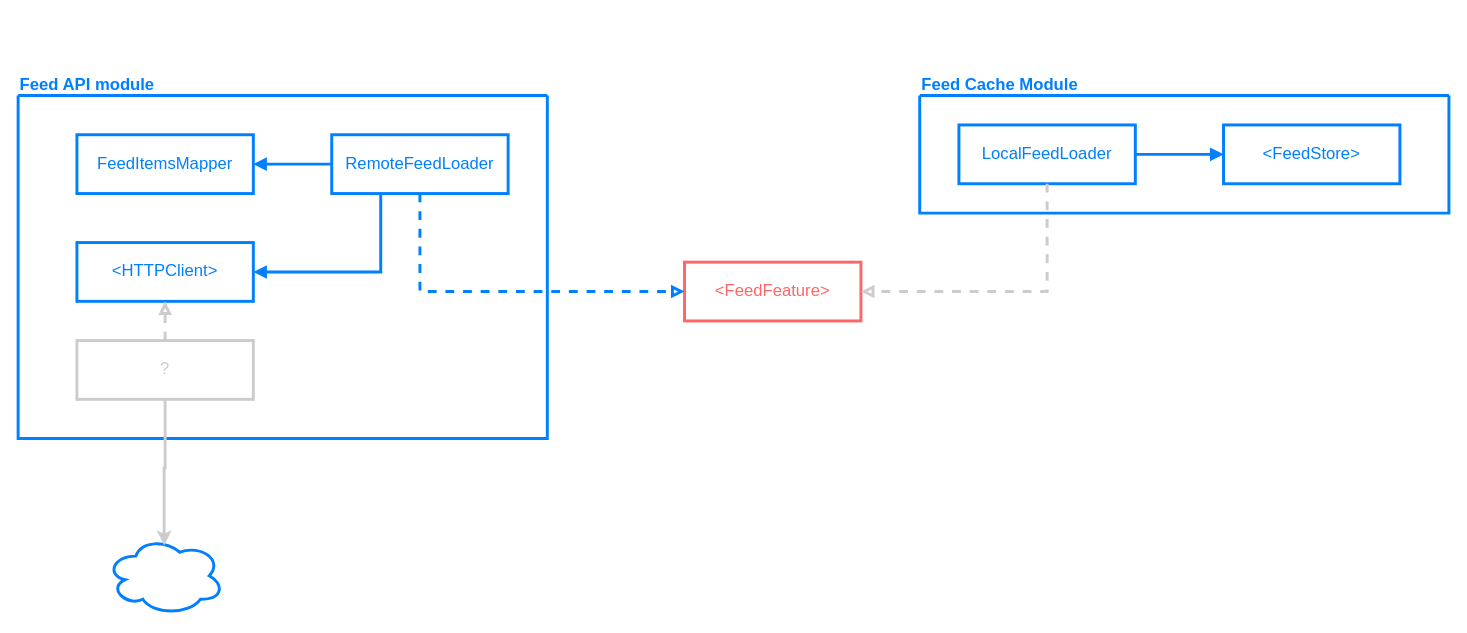
This is Architecture.drawio from Christophorus3/EssentialFeed, a draw.io file, before an edit. Source tidied: cells renumbered, new cells numbered last; positions are measured from the earlier drawing's top-left corner, leaving out a move shared by most shapes. Both pictures are drawn from the tidied source at 98%, with x=0, y=0 at pixel (18, 95).
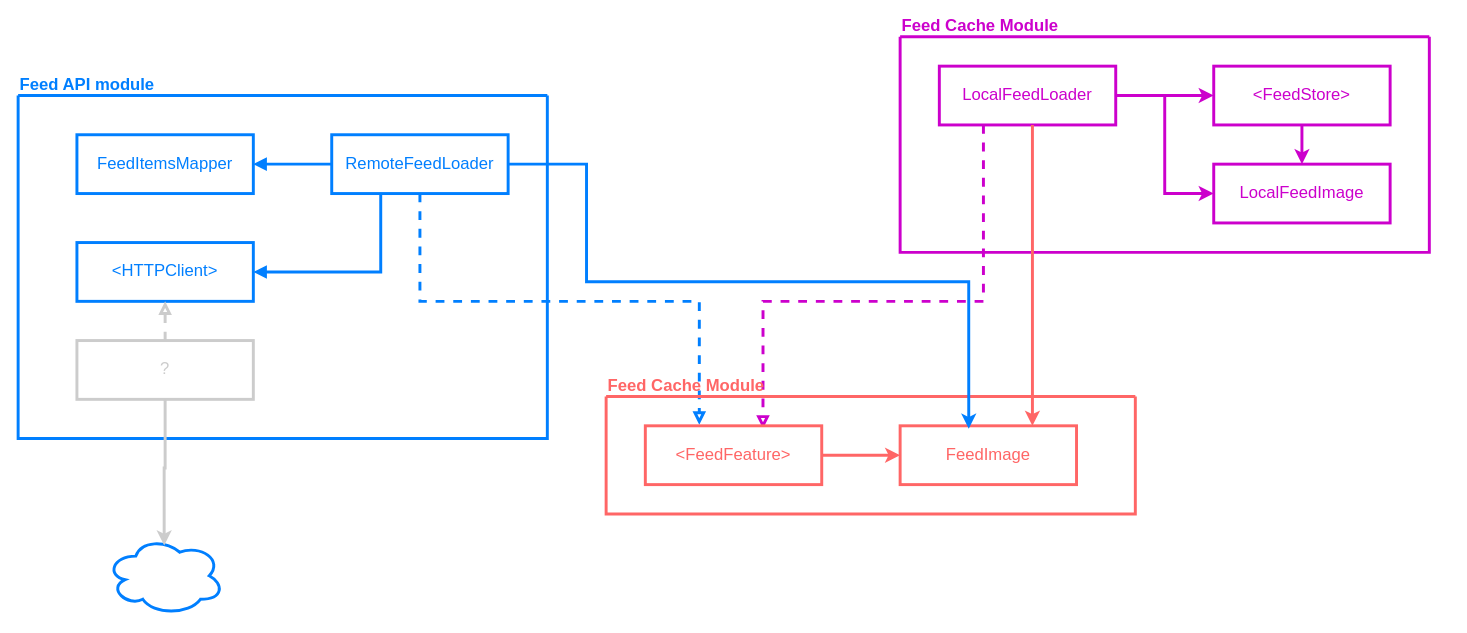
The same page after the edit.

Commit message (it also covers changes not shown here):
renamed LocalFeedItem to LocalFeedImage and FeedItem to FeedImage

Unchanged cells that the change refers to:
```xml
<mxCell id="4" value="&lt;font style=&quot;font-size: 17px;&quot; color=&quot;#007fff&quot;&gt;RemoteFeedLoader&lt;/font&gt;" style="rounded=0;whiteSpace=wrap;html=1;strokeWidth=3;strokeColor=#007FFF;" parent="2" vertex="1">
  <mxGeometry x="320" y="40" width="180" height="60" as="geometry" />
</mxCell>
```

The edit, as a diff of the source:
```diff
@@
-    <mxCell id="11" value="&lt;span style=&quot;font-size: 17px;&quot;&gt;&amp;lt;FeedFeature&amp;gt;&lt;/span&gt;" style="rounded=0;whiteSpace=wrap;html=1;strokeWidth=3;strokeColor=#FF6666;fontColor=#FF6666;" parent="1" vertex="1">
-      <mxGeometry x="680" y="170" width="180" height="60" as="geometry" />
-    </mxCell>
-    <mxCell id="12" style="edgeStyle=orthogonalEdgeStyle;rounded=0;jettySize=auto;html=1;entryX=0;entryY=0.5;entryDx=0;entryDy=0;strokeColor=#007FFF;strokeWidth=3;fontSize=17;fontColor=#FF6666;endArrow=block;endFill=0;dashed=1;" parent="1" edge="1" source="4" target="11">
+    <mxCell id="12" style="edgeStyle=orthogonalEdgeStyle;rounded=0;jettySize=auto;html=1;entryX=0.306;entryY=-0.017;entryDx=0;entryDy=0;strokeColor=#007FFF;strokeWidth=3;fontSize=17;fontColor=#FF6666;endArrow=block;endFill=0;dashed=1;entryPerimeter=0;" parent="1" edge="1" source="4" target="11">
       <mxGeometry relative="1" as="geometry">
         <Array as="points">
-          <mxPoint x="410" y="200" />
+          <mxPoint x="410" y="210" />
+          <mxPoint x="695" y="210" />
         </Array>
       </mxGeometry>
     </mxCell>
@@
-    <mxCell id="14" value="Feed Cache Module" style="swimlane;startSize=0;strokeColor=#007FFF;strokeWidth=3;fontSize=17;fontColor=#007FFF;verticalAlign=bottom;align=left;" parent="1" vertex="1">
-      <mxGeometry x="920" width="540" height="120" as="geometry" />
+    <mxCell id="14" value="Feed Cache Module" style="swimlane;startSize=0;strokeColor=#CC00CC;strokeWidth=3;fontSize=17;fontColor=#CC00CC;verticalAlign=bottom;align=left;" parent="1" vertex="1">
+      <mxGeometry x="900" y="-60" width="540" height="220" as="geometry" />
     </mxCell>
-    <mxCell id="15" style="edgeStyle=orthogonalEdgeStyle;rounded=0;jettySize=auto;html=1;entryX=0;entryY=0.5;entryDx=0;entryDy=0;strokeColor=#007FFF;strokeWidth=3;endArrow=block;endFill=1;" parent="14" edge="1" source="16" target="17">
+    <mxCell id="15" style="edgeStyle=orthogonalEdgeStyle;rounded=0;jettySize=auto;html=1;entryX=0;entryY=0.5;entryDx=0;entryDy=0;strokeColor=#CC00CC;strokeWidth=3;endArrow=classic;endFill=1;" parent="14" edge="1" source="16" target="17">
       <mxGeometry relative="1" as="geometry" />
     </mxCell>
+    <mxCell id="19" style="edgeStyle=orthogonalEdgeStyle;rounded=0;jettySize=auto;html=1;entryX=0;entryY=0.5;entryDx=0;entryDy=0;strokeColor=#CC00CC;fontColor=#CC00CC;strokeWidth=3;" parent="14" edge="1" source="16" target="21">
+      <mxGeometry relative="1" as="geometry" />
+    </mxCell>
-    <mxCell id="16" value="&lt;font style=&quot;font-size: 17px;&quot; color=&quot;#007fff&quot;&gt;LocalFeedLoader&lt;/font&gt;" style="rounded=0;whiteSpace=wrap;html=1;strokeWidth=3;strokeColor=#007FFF;" parent="14" vertex="1">
+    <mxCell id="16" value="&lt;font style=&quot;font-size: 17px;&quot;&gt;LocalFeedLoader&lt;/font&gt;" style="rounded=0;whiteSpace=wrap;html=1;strokeWidth=3;strokeColor=#CC00CC;fontColor=#CC00CC;" parent="14" vertex="1">
       <mxGeometry x="40" y="30" width="180" height="60" as="geometry" />
     </mxCell>
-    <mxCell id="17" value="&lt;font style=&quot;font-size: 17px;&quot; color=&quot;#007fff&quot;&gt;&amp;lt;FeedStore&amp;gt;&lt;br&gt;&lt;/font&gt;" style="rounded=0;whiteSpace=wrap;html=1;strokeWidth=3;strokeColor=#007FFF;" parent="14" vertex="1">
-      <mxGeometry x="310" y="30" width="180" height="60" as="geometry" />
+    <mxCell id="17" value="&lt;font style=&quot;font-size: 17px;&quot;&gt;LocalFeedImage&lt;br&gt;&lt;/font&gt;" style="rounded=0;whiteSpace=wrap;html=1;strokeWidth=3;strokeColor=#CC00CC;fontColor=#CC00CC;" parent="14" vertex="1">
+      <mxGeometry x="320" y="130" width="180" height="60" as="geometry" />
     </mxCell>
+    <mxCell id="20" style="edgeStyle=orthogonalEdgeStyle;rounded=0;jettySize=auto;html=1;strokeColor=#CC00CC;strokeWidth=3;fontColor=#CC00CC;endArrow=classic;endFill=1;" parent="14" edge="1" source="21" target="17">
+      <mxGeometry relative="1" as="geometry" />
+    </mxCell>
+    <mxCell id="21" value="&lt;font style=&quot;font-size: 17px;&quot;&gt;&amp;lt;FeedStore&amp;gt;&lt;br&gt;&lt;/font&gt;" style="rounded=0;whiteSpace=wrap;html=1;strokeWidth=3;strokeColor=#CC00CC;fontColor=#CC00CC;" parent="14" vertex="1">
+      <mxGeometry x="320" y="30" width="180" height="60" as="geometry" />
+    </mxCell>
-    <mxCell id="18" style="edgeStyle=orthogonalEdgeStyle;rounded=0;jettySize=auto;html=1;strokeColor=#CCCCCC;strokeWidth=3;endArrow=block;endFill=0;entryX=1;entryY=0.5;entryDx=0;entryDy=0;dashed=1;" parent="1" edge="1" source="16" target="11">
+    <mxCell id="18" style="edgeStyle=orthogonalEdgeStyle;rounded=0;jettySize=auto;html=1;strokeColor=#CC00CC;strokeWidth=3;endArrow=block;endFill=0;entryX=0.667;entryY=0.05;entryDx=0;entryDy=0;dashed=1;entryPerimeter=0;exitX=0.25;exitY=1;exitDx=0;exitDy=0;" parent="1" edge="1" source="16" target="11">
       <mxGeometry relative="1" as="geometry">
         <Array as="points">
-          <mxPoint x="1050" y="200" />
+          <mxPoint x="985" y="210" />
+          <mxPoint x="760" y="210" />
         </Array>
       </mxGeometry>
     </mxCell>
+    <mxCell id="22" value="Feed Cache Module" style="swimlane;startSize=0;strokeColor=#FF6666;strokeWidth=3;fontSize=17;fontColor=#FF6666;verticalAlign=bottom;align=left;" parent="1" vertex="1">
+      <mxGeometry x="600" y="307" width="540" height="120" as="geometry" />
+    </mxCell>
+    <mxCell id="23" style="edgeStyle=orthogonalEdgeStyle;rounded=0;jettySize=auto;html=1;strokeColor=#FF6666;strokeWidth=3;fontColor=#CC00CC;endArrow=classic;endFill=1;" parent="22" edge="1" source="11" target="24">
+      <mxGeometry relative="1" as="geometry" />
+    </mxCell>
+    <mxCell id="11" value="&lt;span style=&quot;font-size: 17px;&quot;&gt;&amp;lt;FeedFeature&amp;gt;&lt;/span&gt;" style="rounded=0;whiteSpace=wrap;html=1;strokeWidth=3;strokeColor=#FF6666;fontColor=#FF6666;" parent="22" vertex="1">
+      <mxGeometry x="40" y="30" width="180" height="60" as="geometry" />
+    </mxCell>
+    <mxCell id="24" value="&lt;span style=&quot;font-size: 17px;&quot;&gt;FeedImage&lt;br&gt;&lt;/span&gt;" style="rounded=0;whiteSpace=wrap;html=1;strokeWidth=3;strokeColor=#FF6666;fontColor=#FF6666;" parent="22" vertex="1">
+      <mxGeometry x="300" y="30" width="180" height="60" as="geometry" />
+    </mxCell>
+    <mxCell id="25" style="edgeStyle=orthogonalEdgeStyle;rounded=0;jettySize=auto;html=1;strokeColor=#FF6666;strokeWidth=3;fontColor=#CC00CC;endArrow=classic;endFill=1;entryX=0.75;entryY=0;entryDx=0;entryDy=0;" parent="1" edge="1" source="16" target="24">
+      <mxGeometry relative="1" as="geometry">
+        <Array as="points">
+          <mxPoint x="1035" y="120" />
+          <mxPoint x="1035" y="120" />
+        </Array>
+      </mxGeometry>
+    </mxCell>
+    <mxCell id="26" style="edgeStyle=orthogonalEdgeStyle;rounded=0;jettySize=auto;html=1;exitX=1;exitY=0.5;exitDx=0;exitDy=0;entryX=0.389;entryY=0.05;entryDx=0;entryDy=0;entryPerimeter=0;strokeColor=#007FFF;strokeWidth=3;fontColor=#CC00CC;endArrow=classic;endFill=1;" parent="1" edge="1" source="4" target="24">
+      <mxGeometry relative="1" as="geometry">
+        <Array as="points">
+          <mxPoint x="580" y="70" />
+          <mxPoint x="580" y="190" />
+          <mxPoint x="970" y="190" />
+        </Array>
+      </mxGeometry>
+    </mxCell>
```
